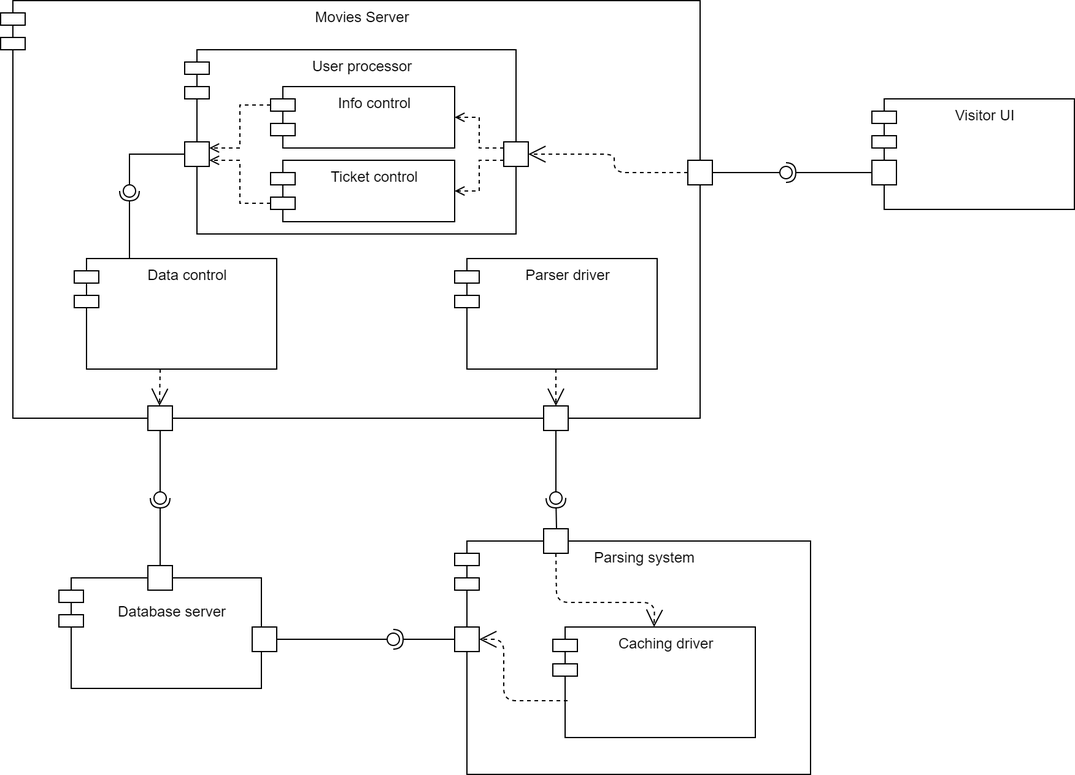
Earlier version of the draw.io export Docs/ComponentDiagram.png (dmegeda/CinemaWeb). Source tidied: cells renumbered, new cells last; positions are measured from the earlier drawing's top-left corner, leaving out a move shared by most shapes.
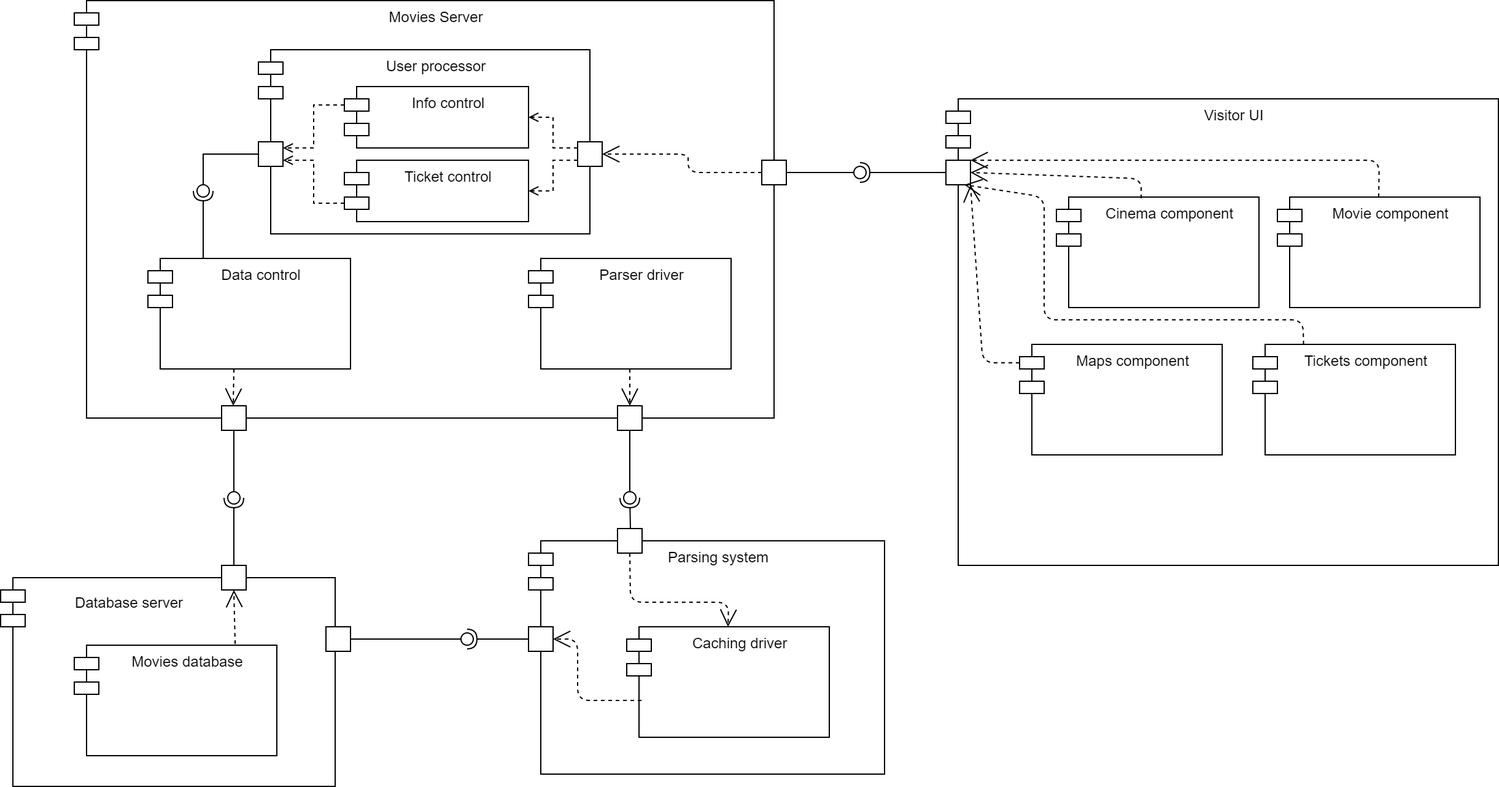
The same diagram one commit later.

Change to the diagram source:
```diff
@@ -3,7 +3,7 @@
     <mxCell id="0" />
     <mxCell id="1" parent="0" />
     <mxCell id="2" value="Visitor UI" style="shape=module;align=left;spacingLeft=20;align=center;verticalAlign=top;" parent="1" vertex="1">
-      <mxGeometry x="710" y="80" width="165" height="90" as="geometry" />
+      <mxGeometry x="710" y="80" width="450" height="380" as="geometry" />
     </mxCell>
     <mxCell id="3" style="whiteSpace=wrap;html=1;" parent="1" vertex="1">
       <mxGeometry x="710" y="130" width="20" height="20" as="geometry" />
@@ -47,8 +47,8 @@
         <mxPoint x="129.5" y="330" as="targetPoint" />
       </mxGeometry>
     </mxCell>
-    <mxCell id="16" value="&#10;Database server" style="shape=module;align=left;spacingLeft=20;align=center;verticalAlign=top;" parent="1" vertex="1">
-      <mxGeometry x="47.5" y="470" width="165" height="90" as="geometry" />
+    <mxCell id="16" style="shape=module;align=left;spacingLeft=20;align=center;verticalAlign=top;" parent="1" vertex="1">
+      <mxGeometry x="-60" y="470" width="272.5" height="170" as="geometry" />
     </mxCell>
     <mxCell id="17" style="rounded=0;jettySize=auto;html=1;endArrow=none;endFill=0;exitX=0.5;exitY=1;exitDx=0;exitDy=0;" parent="1" edge="1" source="12">
       <mxGeometry relative="1" as="geometry">
@@ -167,5 +167,58 @@
         </Array>
       </mxGeometry>
     </mxCell>
+    <mxCell id="46" value="Cinema component" style="shape=module;align=left;spacingLeft=20;align=center;verticalAlign=top;" parent="1" vertex="1">
+      <mxGeometry x="800" y="160" width="165" height="90" as="geometry" />
+    </mxCell>
+    <mxCell id="47" value="Movie component" style="shape=module;align=left;spacingLeft=20;align=center;verticalAlign=top;" parent="1" vertex="1">
+      <mxGeometry x="980" y="160" width="165" height="90" as="geometry" />
+    </mxCell>
+    <mxCell id="48" value="Movies database" style="shape=module;align=left;spacingLeft=20;align=center;verticalAlign=top;" parent="1" vertex="1">
+      <mxGeometry y="525" width="165" height="90" as="geometry" />
+    </mxCell>
+    <mxCell id="49" value="Database server" style="text;html=1;strokeColor=none;fillColor=none;align=center;verticalAlign=middle;whiteSpace=wrap;rounded=0;" parent="1" vertex="1">
+      <mxGeometry x="-10" y="480" width="110" height="20" as="geometry" />
+    </mxCell>
+    <mxCell id="50" style="endArrow=open;endSize=12;dashed=1;html=1;entryX=0.5;entryY=1;entryDx=0;entryDy=0;exitX=0.794;exitY=-0.011;exitDx=0;exitDy=0;exitPerimeter=0;" parent="1" edge="1" source="48" target="20">
+      <mxGeometry relative="1" as="geometry" />
+    </mxCell>
+    <mxCell id="51" style="endArrow=open;endSize=12;dashed=1;html=1;exitX=0.418;exitY=0.011;exitDx=0;exitDy=0;exitPerimeter=0;entryX=1;entryY=0.5;entryDx=0;entryDy=0;" parent="1" edge="1" source="46" target="3">
+      <mxGeometry relative="1" as="geometry">
+        <Array as="points">
+          <mxPoint x="869" y="145" />
+        </Array>
+      </mxGeometry>
+    </mxCell>
+    <mxCell id="52" style="endArrow=open;endSize=12;dashed=1;html=1;exitX=0.5;exitY=0;exitDx=0;exitDy=0;entryX=1;entryY=0;entryDx=0;entryDy=0;" parent="1" edge="1" source="47" target="3">
+      <mxGeometry relative="1" as="geometry">
+        <Array as="points">
+          <mxPoint x="1063" y="130" />
+          <mxPoint x="900" y="130" />
+        </Array>
+      </mxGeometry>
+    </mxCell>
+    <mxCell id="53" value="Maps component" style="shape=module;align=left;spacingLeft=20;align=center;verticalAlign=top;" parent="1" vertex="1">
+      <mxGeometry x="770" y="280" width="165" height="90" as="geometry" />
+    </mxCell>
+    <mxCell id="54" value="Tickets component" style="shape=module;align=left;spacingLeft=20;align=center;verticalAlign=top;" parent="1" vertex="1">
+      <mxGeometry x="960" y="280" width="165" height="90" as="geometry" />
+    </mxCell>
+    <mxCell id="55" style="endArrow=open;endSize=12;dashed=1;html=1;exitX=0;exitY=0;exitDx=0;exitDy=15;exitPerimeter=0;" parent="1" edge="1" source="53">
+      <mxGeometry relative="1" as="geometry">
+        <mxPoint x="730" y="150" as="targetPoint" />
+        <Array as="points">
+          <mxPoint x="740" y="295" />
+        </Array>
+      </mxGeometry>
+    </mxCell>
+    <mxCell id="56" style="endArrow=open;endSize=12;dashed=1;html=1;exitX=0.25;exitY=0;exitDx=0;exitDy=0;entryX=0.75;entryY=1;entryDx=0;entryDy=0;" parent="1" edge="1" source="54" target="3">
+      <mxGeometry relative="1" as="geometry">
+        <Array as="points">
+          <mxPoint x="1001" y="260" />
+          <mxPoint x="790" y="260" />
+          <mxPoint x="790" y="160" />
+        </Array>
+      </mxGeometry>
+    </mxCell>
   </root>
 </mxGraphModel>
```
